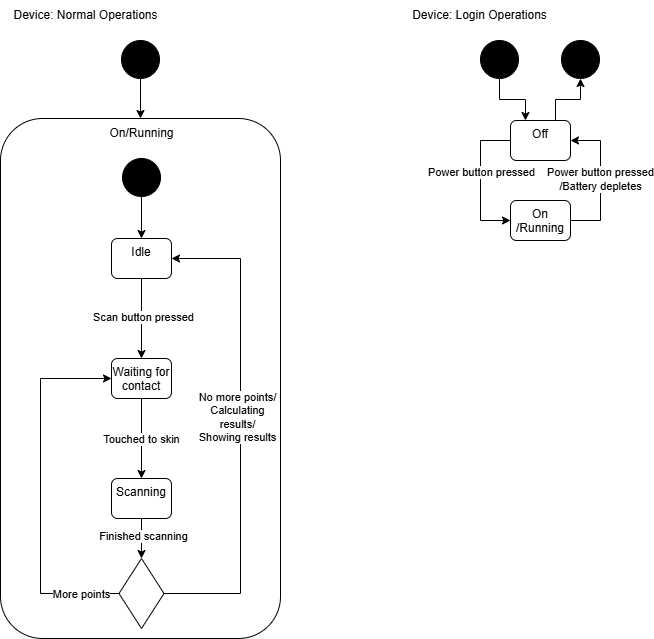
Before: COMP3004 - Final Project - State Machine Diagram.drawio.png, a diagram exported from draw.io (Matt-desousa/COMP3004-FinalProject). Source tidied: cells renumbered, new cells last; positions are measured from the earlier drawing's top-left corner, leaving out a move shared by most shapes.
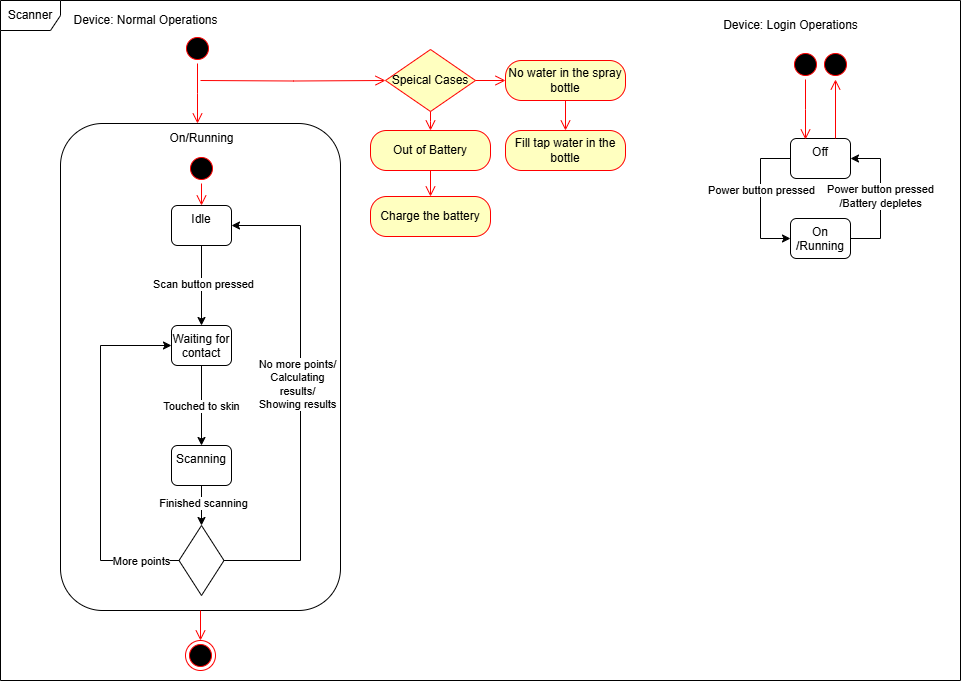
Later version of the same file.

What changed in the source:
```diff
@@ -3,128 +3,173 @@
     <mxCell id="0" />
     <mxCell id="1" parent="0" />
     <mxCell id="2" style="rounded=1;whiteSpace=wrap;html=1;" parent="1" vertex="1">
-      <mxGeometry y="118" width="280" height="520" as="geometry" />
+      <mxGeometry x="-10" y="88" width="280" height="487" as="geometry" />
     </mxCell>
-    <mxCell id="3" style="edgeStyle=orthogonalEdgeStyle;rounded=0;jettySize=auto;html=1;exitX=0.5;exitY=1;exitDx=0;exitDy=0;entryX=0.5;entryY=0;entryDx=0;entryDy=0;" parent="1" edge="1" source="4" target="7">
+    <mxCell id="3" style="edgeStyle=orthogonalEdgeStyle;rounded=0;jettySize=auto;html=1;entryX=0.5;entryY=0;entryDx=0;entryDy=0;" parent="1" edge="1" source="5" target="8">
       <mxGeometry relative="1" as="geometry" />
     </mxCell>
-    <mxCell id="4" style="ellipse;whiteSpace=wrap;html=1;strokeColor=default;align=center;verticalAlign=middle;fontFamily=Helvetica;fontSize=12;fontColor=default;fillColor=#000000;" parent="1" vertex="1">
-      <mxGeometry x="122" y="158" width="38" height="38" as="geometry" />
+    <mxCell id="4" value="Scan button pressed" style="edgeLabel;html=1;align=center;verticalAlign=middle;points=[];" parent="3" vertex="1">
+      <mxGeometry x="-0.04" y="1" relative="1" as="geometry" />
     </mxCell>
-    <mxCell id="5" style="edgeStyle=orthogonalEdgeStyle;rounded=0;jettySize=auto;html=1;entryX=0.5;entryY=0;entryDx=0;entryDy=0;" parent="1" edge="1" source="7" target="10">
-      <mxGeometry relative="1" as="geometry" />
+    <mxCell id="5" value="Idle" style="rounded=1;whiteSpace=wrap;html=1;verticalAlign=top;" parent="1" vertex="1">
+      <mxGeometry x="101" y="170" width="60" height="40" as="geometry" />
     </mxCell>
-    <mxCell id="6" value="Scan button pressed" style="edgeLabel;html=1;align=center;verticalAlign=middle;" parent="5" vertex="1">
-      <mxGeometry x="-0.04" y="1" relative="1" as="geometry" />
+    <mxCell id="6" style="edgeStyle=orthogonalEdgeStyle;rounded=0;jettySize=auto;html=1;exitX=0.5;exitY=1;exitDx=0;exitDy=0;" parent="1" edge="1" source="8" target="11">
+      <mxGeometry relative="1" as="geometry" />
     </mxCell>
-    <mxCell id="7" value="Idle" style="rounded=1;whiteSpace=wrap;html=1;verticalAlign=top;" parent="1" vertex="1">
-      <mxGeometry x="111" y="238" width="60" height="40" as="geometry" />
+    <mxCell id="7" value="Touched to skin" style="edgeLabel;html=1;align=center;verticalAlign=middle;points=[];" parent="6" vertex="1">
+      <mxGeometry x="-0.01" y="-1" relative="1" as="geometry" />
     </mxCell>
-    <mxCell id="8" style="edgeStyle=orthogonalEdgeStyle;rounded=0;jettySize=auto;html=1;exitX=0.5;exitY=1;exitDx=0;exitDy=0;" parent="1" edge="1" source="10" target="13">
-      <mxGeometry relative="1" as="geometry" />
+    <mxCell id="8" value="Waiting for contact" style="rounded=1;whiteSpace=wrap;html=1;verticalAlign=top;" parent="1" vertex="1">
+      <mxGeometry x="101" y="290" width="60" height="40" as="geometry" />
     </mxCell>
-    <mxCell id="9" value="Touched to skin" style="edgeLabel;html=1;align=center;verticalAlign=middle;" parent="8" vertex="1">
-      <mxGeometry x="-0.01" y="-1" relative="1" as="geometry" />
+    <mxCell id="9" style="edgeStyle=orthogonalEdgeStyle;rounded=0;jettySize=auto;html=1;exitX=0.5;exitY=1;exitDx=0;exitDy=0;entryX=0.5;entryY=0;entryDx=0;entryDy=0;" parent="1" edge="1" source="11" target="20">
+      <mxGeometry relative="1" as="geometry" />
     </mxCell>
-    <mxCell id="10" value="Waiting for contact" style="rounded=1;whiteSpace=wrap;html=1;verticalAlign=top;" parent="1" vertex="1">
-      <mxGeometry x="111" y="358" width="60" height="40" as="geometry" />
+    <mxCell id="10" value="Finished scanning" style="edgeLabel;html=1;align=center;verticalAlign=middle;points=[];" parent="9" vertex="1">
+      <mxGeometry x="-0.15" y="1" relative="1" as="geometry" />
     </mxCell>
-    <mxCell id="11" style="edgeStyle=orthogonalEdgeStyle;rounded=0;jettySize=auto;html=1;exitX=0.5;exitY=1;exitDx=0;exitDy=0;entryX=0.5;entryY=0;entryDx=0;entryDy=0;" parent="1" edge="1" source="13" target="23">
-      <mxGeometry relative="1" as="geometry" />
+    <mxCell id="11" value="Scanning" style="rounded=1;whiteSpace=wrap;html=1;verticalAlign=top;" parent="1" vertex="1">
+      <mxGeometry x="101" y="410" width="60" height="40" as="geometry" />
     </mxCell>
-    <mxCell id="12" value="Finished scanning" style="edgeLabel;html=1;align=center;verticalAlign=middle;" parent="11" vertex="1">
-      <mxGeometry x="-0.15" y="1" relative="1" as="geometry" />
+    <mxCell id="12" style="edgeStyle=orthogonalEdgeStyle;rounded=0;jettySize=auto;html=1;exitX=0;exitY=0.5;exitDx=0;exitDy=0;entryX=0;entryY=0.5;entryDx=0;entryDy=0;" parent="1" edge="1" source="14" target="24">
+      <mxGeometry relative="1" as="geometry">
+        <Array as="points">
+          <mxPoint x="690" y="123" />
+          <mxPoint x="690" y="203" />
+        </Array>
+      </mxGeometry>
     </mxCell>
-    <mxCell id="13" value="Scanning" style="rounded=1;whiteSpace=wrap;html=1;verticalAlign=top;" parent="1" vertex="1">
-      <mxGeometry x="111" y="478" width="60" height="40" as="geometry" />
+    <mxCell id="13" value="Power button pressed" style="edgeLabel;html=1;align=center;verticalAlign=middle;points=[];" parent="12" vertex="1">
+      <mxGeometry x="-0.15" relative="1" as="geometry">
+        <mxPoint y="1" as="offset" />
+      </mxGeometry>
     </mxCell>
-    <mxCell id="14" style="edgeStyle=orthogonalEdgeStyle;rounded=0;jettySize=auto;html=1;exitX=0;exitY=0.5;exitDx=0;exitDy=0;entryX=0;entryY=0.5;entryDx=0;entryDy=0;" parent="1" edge="1" source="17" target="29">
-      <mxGeometry relative="1" as="geometry">
-        <Array as="points">
-          <mxPoint x="480" y="140" />
-          <mxPoint x="480" y="220" />
-        </Array>
-      </mxGeometry>
+    <mxCell id="14" value="Off" style="rounded=1;whiteSpace=wrap;html=1;verticalAlign=top;" parent="1" vertex="1">
+      <mxGeometry x="720" y="103" width="60" height="40" as="geometry" />
     </mxCell>
-    <mxCell id="15" value="Power button pressed" style="edgeLabel;html=1;align=center;verticalAlign=middle;" parent="14" vertex="1">
-      <mxGeometry x="-0.15" relative="1" as="geometry">
-        <mxPoint y="1" as="offset" />
-      </mxGeometry>
+    <mxCell id="15" value="Device: Normal Operations" style="text;html=1;align=center;verticalAlign=middle;strokeColor=none;fillColor=none;" parent="1" vertex="1">
+      <mxGeometry x="-10" y="-30" width="170" height="30" as="geometry" />
     </mxCell>
-    <mxCell id="16" style="edgeStyle=orthogonalEdgeStyle;rounded=0;jettySize=auto;html=1;exitX=0.75;exitY=0;exitDx=0;exitDy=0;entryX=0.5;entryY=1;entryDx=0;entryDy=0;" parent="1" edge="1" source="17" target="33">
-      <mxGeometry relative="1" as="geometry" />
+    <mxCell id="16" style="edgeStyle=orthogonalEdgeStyle;rounded=0;jettySize=auto;html=1;exitX=0;exitY=0.5;exitDx=0;exitDy=0;entryX=0;entryY=0.5;entryDx=0;entryDy=0;" parent="1" edge="1" source="20" target="8">
+      <mxGeometry relative="1" as="geometry">
+        <Array as="points">
+          <mxPoint x="30" y="525" />
+          <mxPoint x="30" y="310" />
+        </Array>
+      </mxGeometry>
     </mxCell>
-    <mxCell id="17" value="Off" style="rounded=1;whiteSpace=wrap;html=1;verticalAlign=top;" parent="1" vertex="1">
-      <mxGeometry x="510" y="120" width="60" height="40" as="geometry" />
+    <mxCell id="17" value="More points" style="edgeLabel;html=1;align=center;verticalAlign=middle;points=[];" parent="16" vertex="1">
+      <mxGeometry x="-0.48" y="1" relative="1" as="geometry">
+        <mxPoint x="41" y="17" as="offset" />
+      </mxGeometry>
     </mxCell>
-    <mxCell id="18" value="Device: Normal Operations" style="text;html=1;align=center;verticalAlign=middle;strokeColor=none;fillColor=none;" parent="1" vertex="1">
-      <mxGeometry width="170" height="30" as="geometry" />
+    <mxCell id="18" style="edgeStyle=orthogonalEdgeStyle;rounded=0;jettySize=auto;html=1;exitX=1;exitY=0.5;exitDx=0;exitDy=0;entryX=1;entryY=0.5;entryDx=0;entryDy=0;" parent="1" edge="1" source="20" target="5">
+      <mxGeometry relative="1" as="geometry">
+        <Array as="points">
+          <mxPoint x="230" y="525" />
+          <mxPoint x="230" y="190" />
+        </Array>
+      </mxGeometry>
     </mxCell>
-    <mxCell id="19" style="edgeStyle=orthogonalEdgeStyle;rounded=0;jettySize=auto;html=1;exitX=0;exitY=0.5;exitDx=0;exitDy=0;entryX=0;entryY=0.5;entryDx=0;entryDy=0;" parent="1" edge="1" source="23" target="10">
-      <mxGeometry relative="1" as="geometry">
-        <Array as="points">
-          <mxPoint x="40" y="593" />
-          <mxPoint x="40" y="378" />
-        </Array>
+    <mxCell id="19" value="No more points/&lt;br&gt;Calculating&lt;br&gt;results/&lt;br&gt;Showing results" style="edgeLabel;html=1;align=center;verticalAlign=middle;" parent="18" vertex="1">
+      <mxGeometry x="-0.65" relative="1" as="geometry">
+        <mxPoint x="-4" y="-168" as="offset" />
       </mxGeometry>
     </mxCell>
-    <mxCell id="20" value="More points" style="edgeLabel;html=1;align=center;verticalAlign=middle;points=[];" parent="19" vertex="1">
-      <mxGeometry x="-0.48" y="1" relative="1" as="geometry">
-        <mxPoint x="41" y="17" as="offset" />
-      </mxGeometry>
+    <mxCell id="20" style="rhombus;whiteSpace=wrap;html=1;" parent="1" vertex="1">
+      <mxGeometry x="108.5" y="490" width="45" height="70" as="geometry" />
     </mxCell>
-    <mxCell id="21" style="edgeStyle=orthogonalEdgeStyle;rounded=0;jettySize=auto;html=1;exitX=1;exitY=0.5;exitDx=0;exitDy=0;entryX=1;entryY=0.5;entryDx=0;entryDy=0;" parent="1" edge="1" source="23" target="7">
-      <mxGeometry relative="1" as="geometry">
-        <Array as="points">
-          <mxPoint x="240" y="593" />
-          <mxPoint x="240" y="258" />
-        </Array>
-      </mxGeometry>
+    <mxCell id="21" value="Device: Login Operations" style="text;html=1;align=center;verticalAlign=middle;strokeColor=none;fillColor=none;" parent="1" vertex="1">
+      <mxGeometry x="640" y="-25" width="160" height="30" as="geometry" />
     </mxCell>
-    <mxCell id="22" value="No more points/&lt;br&gt;Calculating&lt;br&gt;results/&lt;br&gt;Showing results" style="edgeLabel;html=1;align=center;verticalAlign=middle;" parent="21" vertex="1">
-      <mxGeometry x="-0.65" relative="1" as="geometry">
-        <mxPoint x="-4" y="-168" as="offset" />
+    <mxCell id="22" style="edgeStyle=orthogonalEdgeStyle;rounded=0;jettySize=auto;html=1;exitX=1;exitY=0.5;exitDx=0;exitDy=0;entryX=1;entryY=0.5;entryDx=0;entryDy=0;" parent="1" edge="1" source="24" target="14">
+      <mxGeometry relative="1" as="geometry">
+        <Array as="points">
+          <mxPoint x="810" y="203" />
+          <mxPoint x="810" y="123" />
+        </Array>
       </mxGeometry>
     </mxCell>
-    <mxCell id="23" style="rhombus;whiteSpace=wrap;html=1;" parent="1" vertex="1">
-      <mxGeometry x="118.5" y="558" width="45" height="70" as="geometry" />
+    <mxCell id="23" value="Power button pressed&lt;br&gt;/Battery depletes" style="edgeLabel;html=1;align=center;verticalAlign=middle;points=[];" parent="22" vertex="1">
+      <mxGeometry x="-0.01" y="1" relative="1" as="geometry">
+        <mxPoint y="-3" as="offset" />
+      </mxGeometry>
     </mxCell>
-    <mxCell id="24" style="edgeStyle=orthogonalEdgeStyle;rounded=0;jettySize=auto;html=1;exitX=0.5;exitY=1;exitDx=0;exitDy=0;entryX=0.25;entryY=0;entryDx=0;entryDy=0;" parent="1" edge="1" source="25" target="17">
-      <mxGeometry relative="1" as="geometry" />
+    <mxCell id="24" value="On&lt;br&gt;/Running" style="rounded=1;whiteSpace=wrap;html=1;verticalAlign=top;" parent="1" vertex="1">
+      <mxGeometry x="720" y="183" width="60" height="40" as="geometry" />
     </mxCell>
-    <mxCell id="25" style="ellipse;whiteSpace=wrap;html=1;strokeColor=default;align=center;verticalAlign=middle;fontFamily=Helvetica;fontSize=12;fontColor=default;fillColor=#000000;" parent="1" vertex="1">
-      <mxGeometry x="480" y="40" width="38" height="38" as="geometry" />
+    <mxCell id="25" value="On/Running" style="text;html=1;align=center;verticalAlign=middle;points=[];strokeColor=none;fillColor=none;" parent="1" vertex="1">
+      <mxGeometry x="86" y="88" width="90" height="30" as="geometry" />
     </mxCell>
-    <mxCell id="26" value="Device: Login Operations" style="text;html=1;align=center;verticalAlign=middle;points=[];strokeColor=none;fillColor=none;" parent="1" vertex="1">
-      <mxGeometry x="399" width="160" height="30" as="geometry" />
+    <mxCell id="26" style="ellipse;html=1;shape=startState;fillColor=#000000;strokeColor=#ff0000;" parent="1" vertex="1">
+      <mxGeometry x="112" y="-2" width="30" height="30" as="geometry" />
     </mxCell>
-    <mxCell id="27" style="edgeStyle=orthogonalEdgeStyle;rounded=0;jettySize=auto;html=1;exitX=1;exitY=0.5;exitDx=0;exitDy=0;entryX=1;entryY=0.5;entryDx=0;entryDy=0;" parent="1" edge="1" source="29" target="17">
+    <mxCell id="27" style="edgeStyle=orthogonalEdgeStyle;html=1;verticalAlign=bottom;endArrow=open;endSize=8;strokeColor=#ff0000;rounded=0;" parent="1" edge="1" source="26">
       <mxGeometry relative="1" as="geometry">
-        <Array as="points">
-          <mxPoint x="600" y="220" />
-          <mxPoint x="600" y="140" />
-        </Array>
+        <mxPoint x="127" y="88" as="targetPoint" />
       </mxGeometry>
     </mxCell>
-    <mxCell id="28" value="Power button pressed&lt;br&gt;/Battery depletes" style="edgeLabel;html=1;align=center;verticalAlign=middle;points=[];" parent="27" vertex="1">
-      <mxGeometry x="-0.01" y="1" relative="1" as="geometry">
-        <mxPoint y="-3" as="offset" />
-      </mxGeometry>
+    <mxCell id="28" style="ellipse;html=1;shape=startState;fillColor=#000000;strokeColor=#ff0000;" parent="1" vertex="1">
+      <mxGeometry x="116" y="118" width="30" height="30" as="geometry" />
     </mxCell>
-    <mxCell id="29" value="On&lt;br&gt;/Running" style="rounded=1;whiteSpace=wrap;html=1;verticalAlign=top;" parent="1" vertex="1">
-      <mxGeometry x="510" y="200" width="60" height="40" as="geometry" />
+    <mxCell id="29" style="edgeStyle=orthogonalEdgeStyle;html=1;verticalAlign=bottom;endArrow=open;endSize=8;strokeColor=#ff0000;rounded=0;entryX=0.5;entryY=0;entryDx=0;entryDy=0;" parent="1" edge="1" source="28" target="5">
+      <mxGeometry relative="1" as="geometry" />
     </mxCell>
-    <mxCell id="30" value="On/Running" style="text;html=1;align=center;verticalAlign=middle;points=[];strokeColor=none;fillColor=none;" parent="1" vertex="1">
-      <mxGeometry x="96" y="118" width="90" height="30" as="geometry" />
+    <mxCell id="30" value="Speical Cases" style="rhombus;whiteSpace=wrap;html=1;fontColor=#000000;fillColor=#ffffc0;strokeColor=#ff0000;" parent="1" vertex="1">
+      <mxGeometry x="315" y="14" width="90" height="62" as="geometry" />
     </mxCell>
-    <mxCell id="31" style="edgeStyle=orthogonalEdgeStyle;rounded=0;jettySize=auto;html=1;exitX=0.5;exitY=1;exitDx=0;exitDy=0;" parent="1" edge="1" source="32" target="2">
-      <mxGeometry relative="1" as="geometry" />
+    <mxCell id="31" style="edgeStyle=orthogonalEdgeStyle;html=1;align=left;verticalAlign=bottom;endArrow=open;endSize=8;strokeColor=#ff0000;rounded=0;entryX=0;entryY=0.5;entryDx=0;entryDy=0;" parent="1" edge="1" source="30" target="36">
+      <mxGeometry x="-1" relative="1" as="geometry" />
     </mxCell>
-    <mxCell id="32" style="ellipse;whiteSpace=wrap;html=1;strokeColor=default;align=center;verticalAlign=middle;fontFamily=Helvetica;fontSize=12;fontColor=default;fillColor=#000000;" parent="1" vertex="1">
-      <mxGeometry x="121" y="40" width="38" height="38" as="geometry" />
+    <mxCell id="32" style="edgeStyle=orthogonalEdgeStyle;html=1;align=left;verticalAlign=top;endArrow=open;endSize=8;strokeColor=#ff0000;rounded=0;" parent="1" edge="1" source="30" target="34">
+      <mxGeometry x="-1" relative="1" as="geometry" />
     </mxCell>
-    <mxCell id="33" style="ellipse;whiteSpace=wrap;html=1;strokeColor=default;align=center;verticalAlign=middle;fontFamily=Helvetica;fontSize=12;fontColor=default;fillColor=#000000;" parent="1" vertex="1">
-      <mxGeometry x="561" y="40" width="38" height="38" as="geometry" />
+    <mxCell id="33" style="edgeStyle=orthogonalEdgeStyle;html=1;verticalAlign=bottom;endArrow=open;endSize=8;strokeColor=#ff0000;rounded=0;entryX=0;entryY=0.5;entryDx=0;entryDy=0;" parent="1" edge="1" target="30">
+      <mxGeometry relative="1" as="geometry">
+        <mxPoint x="130" y="45" as="sourcePoint" />
+      </mxGeometry>
     </mxCell>
+    <mxCell id="34" value="Out of Battery" style="rounded=1;whiteSpace=wrap;html=1;arcSize=40;fontColor=#000000;fillColor=#ffffc0;strokeColor=#ff0000;" parent="1" vertex="1">
+      <mxGeometry x="300" y="95" width="120" height="40" as="geometry" />
+    </mxCell>
+    <mxCell id="35" style="edgeStyle=orthogonalEdgeStyle;html=1;verticalAlign=bottom;endArrow=open;endSize=8;strokeColor=#ff0000;rounded=0;entryX=0.5;entryY=0;entryDx=0;entryDy=0;" parent="1" edge="1" source="34" target="38">
+      <mxGeometry relative="1" as="geometry" />
+    </mxCell>
+    <mxCell id="36" value="No water in the spray bottle" style="rounded=1;whiteSpace=wrap;html=1;arcSize=40;fontColor=#000000;fillColor=#ffffc0;strokeColor=#ff0000;" parent="1" vertex="1">
+      <mxGeometry x="435" y="25" width="120" height="40" as="geometry" />
+    </mxCell>
+    <mxCell id="37" style="edgeStyle=orthogonalEdgeStyle;html=1;verticalAlign=bottom;endArrow=open;endSize=8;strokeColor=#ff0000;rounded=0;entryX=0.5;entryY=0;entryDx=0;entryDy=0;" parent="1" edge="1" source="36" target="39">
+      <mxGeometry relative="1" as="geometry" />
+    </mxCell>
+    <mxCell id="38" value="Charge the battery" style="rounded=1;whiteSpace=wrap;html=1;arcSize=40;fontColor=#000000;fillColor=#ffffc0;strokeColor=#ff0000;" parent="1" vertex="1">
+      <mxGeometry x="300" y="161" width="120" height="40" as="geometry" />
+    </mxCell>
+    <mxCell id="39" value="Fill tap water in the bottle" style="rounded=1;whiteSpace=wrap;html=1;arcSize=40;fontColor=#000000;fillColor=#ffffc0;strokeColor=#ff0000;" parent="1" vertex="1">
+      <mxGeometry x="435" y="95" width="120" height="40" as="geometry" />
+    </mxCell>
+    <mxCell id="40" value="Scanner" style="shape=umlFrame;whiteSpace=wrap;html=1;" parent="1" vertex="1">
+      <mxGeometry x="-70" y="-35" width="960" height="680" as="geometry" />
+    </mxCell>
+    <mxCell id="41" style="ellipse;html=1;shape=endState;fillColor=#000000;strokeColor=#ff0000;" parent="1" vertex="1">
+      <mxGeometry x="115" y="605" width="30" height="30" as="geometry" />
+    </mxCell>
+    <mxCell id="42" style="edgeStyle=orthogonalEdgeStyle;html=1;verticalAlign=bottom;endArrow=open;endSize=8;strokeColor=#ff0000;rounded=0;exitX=0.5;exitY=1;exitDx=0;exitDy=0;entryX=0.5;entryY=0;entryDx=0;entryDy=0;" parent="1" edge="1" source="2" target="41">
+      <mxGeometry relative="1" as="geometry" />
+    </mxCell>
+    <mxCell id="43" style="ellipse;html=1;shape=startState;fillColor=#000000;strokeColor=#ff0000;" parent="1" vertex="1">
+      <mxGeometry x="720" y="14" width="30" height="30" as="geometry" />
+    </mxCell>
+    <mxCell id="44" style="edgeStyle=orthogonalEdgeStyle;html=1;verticalAlign=bottom;endArrow=open;endSize=8;strokeColor=#ff0000;rounded=0;" parent="1" edge="1" source="43">
+      <mxGeometry relative="1" as="geometry">
+        <mxPoint x="735" y="104" as="targetPoint" />
+      </mxGeometry>
+    </mxCell>
+    <mxCell id="45" style="ellipse;html=1;shape=startState;fillColor=#000000;strokeColor=#ff0000;" parent="1" vertex="1">
+      <mxGeometry x="750" y="14" width="30" height="30" as="geometry" />
+    </mxCell>
+    <mxCell id="46" style="edgeStyle=orthogonalEdgeStyle;html=1;verticalAlign=bottom;endArrow=open;endSize=8;strokeColor=#ff0000;rounded=0;exitX=0.75;exitY=0;exitDx=0;exitDy=0;entryX=0.5;entryY=1;entryDx=0;entryDy=0;" parent="1" edge="1" source="14" target="45">
+      <mxGeometry relative="1" as="geometry" />
+    </mxCell>
   </root>
 </mxGraphModel>
```
